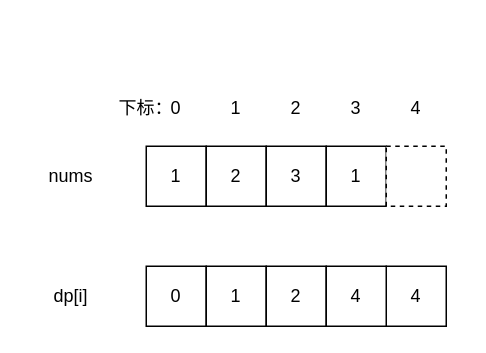
QjMITU/drawio keeps this draw.io diagram as 日常.drawio. Above is the earlier version. Source tidied: cells renumbered, new cells numbered last; positions are measured from the earlier drawing's top-left corner, leaving out a move shared by most shapes. Both pictures are drawn from the tidied source at 150%, with x=0, y=0 at pixel (26, 86).
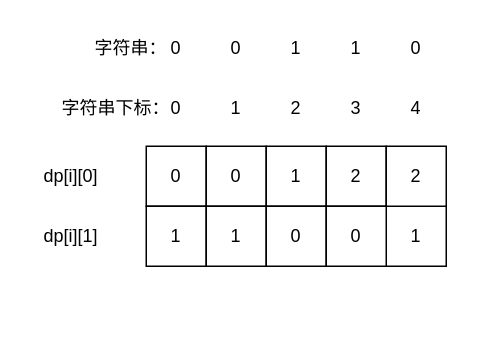
The same diagram, later.

What changed in the source:
```diff
@@
-    <mxCell id="2" value="1" style="rounded=0;whiteSpace=wrap;html=1;" parent="1" vertex="1">
+    <mxCell id="2" value="0" style="rounded=0;whiteSpace=wrap;html=1;" parent="1" vertex="1">
       <mxGeometry x="80" y="40" width="40" height="40" as="geometry" />
     </mxCell>
-    <mxCell id="3" value="2" style="rounded=0;whiteSpace=wrap;html=1;" parent="1" vertex="1">
+    <mxCell id="3" value="0" style="rounded=0;whiteSpace=wrap;html=1;" parent="1" vertex="1">
       <mxGeometry x="120" y="40" width="40" height="40" as="geometry" />
     </mxCell>
-    <mxCell id="4" value="3" style="rounded=0;whiteSpace=wrap;html=1;" parent="1" vertex="1">
+    <mxCell id="4" value="1" style="rounded=0;whiteSpace=wrap;html=1;" parent="1" vertex="1">
       <mxGeometry x="160" y="40" width="40" height="40" as="geometry" />
     </mxCell>
-    <mxCell id="5" value="1" style="rounded=0;whiteSpace=wrap;html=1;" parent="1" vertex="1">
+    <mxCell id="5" value="2" style="rounded=0;whiteSpace=wrap;html=1;" parent="1" vertex="1">
       <mxGeometry x="200" y="40" width="40" height="40" as="geometry" />
     </mxCell>
-    <mxCell id="6" value="0" style="rounded=0;whiteSpace=wrap;html=1;" parent="1" vertex="1">
-      <mxGeometry x="80" y="120" width="40" height="40" as="geometry" />
+    <mxCell id="6" value="1" style="rounded=0;whiteSpace=wrap;html=1;" parent="1" vertex="1">
+      <mxGeometry x="80" y="80" width="40" height="40" as="geometry" />
     </mxCell>
     <mxCell id="7" value="1" style="rounded=0;whiteSpace=wrap;html=1;" parent="1" vertex="1">
-      <mxGeometry x="120" y="120" width="40" height="40" as="geometry" />
+      <mxGeometry x="120" y="80" width="40" height="40" as="geometry" />
     </mxCell>
-    <mxCell id="8" value="2" style="rounded=0;whiteSpace=wrap;html=1;" parent="1" vertex="1">
-      <mxGeometry x="160" y="120" width="40" height="40" as="geometry" />
+    <mxCell id="8" value="0" style="rounded=0;whiteSpace=wrap;html=1;" parent="1" vertex="1">
+      <mxGeometry x="160" y="80" width="40" height="40" as="geometry" />
     </mxCell>
-    <mxCell id="9" value="nums" style="text;html=1;strokeColor=none;fillColor=none;align=center;verticalAlign=middle;whiteSpace=wrap;rounded=0;" parent="1" vertex="1">
+    <mxCell id="9" value="dp[i][0]" style="text;html=1;strokeColor=none;fillColor=none;align=center;verticalAlign=middle;whiteSpace=wrap;rounded=0;" parent="1" vertex="1">
       <mxGeometry y="45" width="60" height="30" as="geometry" />
     </mxCell>
@@
-    <mxCell id="14" value="4" style="rounded=0;whiteSpace=wrap;html=1;" parent="1" vertex="1">
-      <mxGeometry x="240" y="120" width="40" height="40" as="geometry" />
+    <mxCell id="14" value="1" style="rounded=0;whiteSpace=wrap;html=1;" parent="1" vertex="1">
+      <mxGeometry x="240" y="80" width="40" height="40" as="geometry" />
     </mxCell>
-    <mxCell id="15" value="4" style="rounded=0;whiteSpace=wrap;html=1;" parent="1" vertex="1">
-      <mxGeometry x="200" y="120" width="40" height="40" as="geometry" />
+    <mxCell id="15" value="0" style="rounded=0;whiteSpace=wrap;html=1;" parent="1" vertex="1">
+      <mxGeometry x="200" y="80" width="40" height="40" as="geometry" />
     </mxCell>
@@
-    <mxCell id="17" style="rounded=0;whiteSpace=wrap;html=1;dashed=1;" parent="1" vertex="1">
+    <mxCell id="17" value="2" style="rounded=0;whiteSpace=wrap;html=1;" parent="1" vertex="1">
       <mxGeometry x="240" y="40" width="40" height="40" as="geometry" />
     </mxCell>
-    <mxCell id="18" value="dp[i]" style="text;html=1;strokeColor=none;fillColor=none;align=center;verticalAlign=middle;whiteSpace=wrap;rounded=0;" parent="1" vertex="1">
-      <mxGeometry y="125" width="60" height="30" as="geometry" />
+    <mxCell id="18" value="dp[i][1]" style="text;html=1;strokeColor=none;fillColor=none;align=center;verticalAlign=middle;whiteSpace=wrap;rounded=0;" parent="1" vertex="1">
+      <mxGeometry y="85" width="60" height="30" as="geometry" />
     </mxCell>
-    <mxCell id="19" value="下标：" style="text;html=1;strokeColor=none;fillColor=none;align=center;verticalAlign=middle;whiteSpace=wrap;rounded=0;" parent="1" vertex="1">
-      <mxGeometry x="50" width="60" height="30" as="geometry" />
+    <mxCell id="19" value="字符串下标：" style="text;html=1;strokeColor=none;fillColor=none;align=center;verticalAlign=middle;whiteSpace=wrap;rounded=0;" parent="1" vertex="1">
+      <mxGeometry x="20" width="80" height="30" as="geometry" />
     </mxCell>
+    <mxCell id="20" value="字符串：" style="text;html=1;strokeColor=none;fillColor=none;align=center;verticalAlign=middle;whiteSpace=wrap;rounded=0;" parent="1" vertex="1">
+      <mxGeometry x="30" y="-40" width="80" height="30" as="geometry" />
+    </mxCell>
+    <mxCell id="21" value="0" style="text;html=1;strokeColor=none;fillColor=none;align=center;verticalAlign=middle;whiteSpace=wrap;rounded=0;" parent="1" vertex="1">
+      <mxGeometry x="70" y="-40" width="60" height="30" as="geometry" />
+    </mxCell>
+    <mxCell id="22" value="0" style="text;html=1;strokeColor=none;fillColor=none;align=center;verticalAlign=middle;whiteSpace=wrap;rounded=0;" parent="1" vertex="1">
+      <mxGeometry x="110" y="-40" width="60" height="30" as="geometry" />
+    </mxCell>
+    <mxCell id="23" value="1" style="text;html=1;strokeColor=none;fillColor=none;align=center;verticalAlign=middle;whiteSpace=wrap;rounded=0;" parent="1" vertex="1">
+      <mxGeometry x="150" y="-40" width="60" height="30" as="geometry" />
+    </mxCell>
+    <mxCell id="24" value="1" style="text;html=1;strokeColor=none;fillColor=none;align=center;verticalAlign=middle;whiteSpace=wrap;rounded=0;" parent="1" vertex="1">
+      <mxGeometry x="190" y="-40" width="60" height="30" as="geometry" />
+    </mxCell>
+    <mxCell id="25" value="0" style="text;html=1;strokeColor=none;fillColor=none;align=center;verticalAlign=middle;whiteSpace=wrap;rounded=0;" parent="1" vertex="1">
+      <mxGeometry x="230" y="-40" width="60" height="30" as="geometry" />
+    </mxCell>
```
